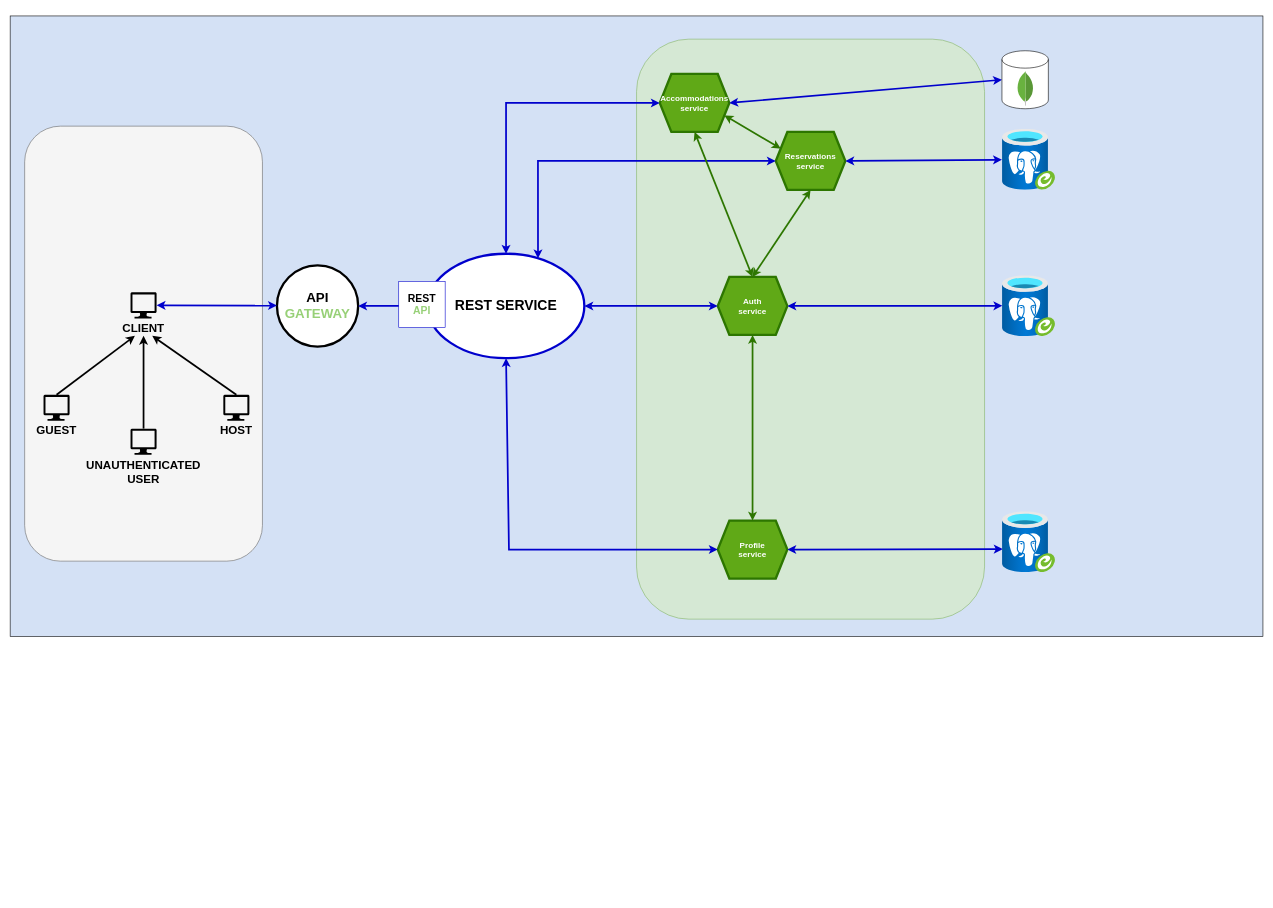
Before: dijagram.drawio in MihajloJankovic/HomeHorizon-2023, a draw.io diagram. Source tidied: cells renumbered, new cells numbered last; positions are measured from the earlier drawing's top-left corner, leaving out a move shared by most shapes. Both pictures are drawn from the tidied source at 58%, with x=0, y=0 at pixel (10, 16).
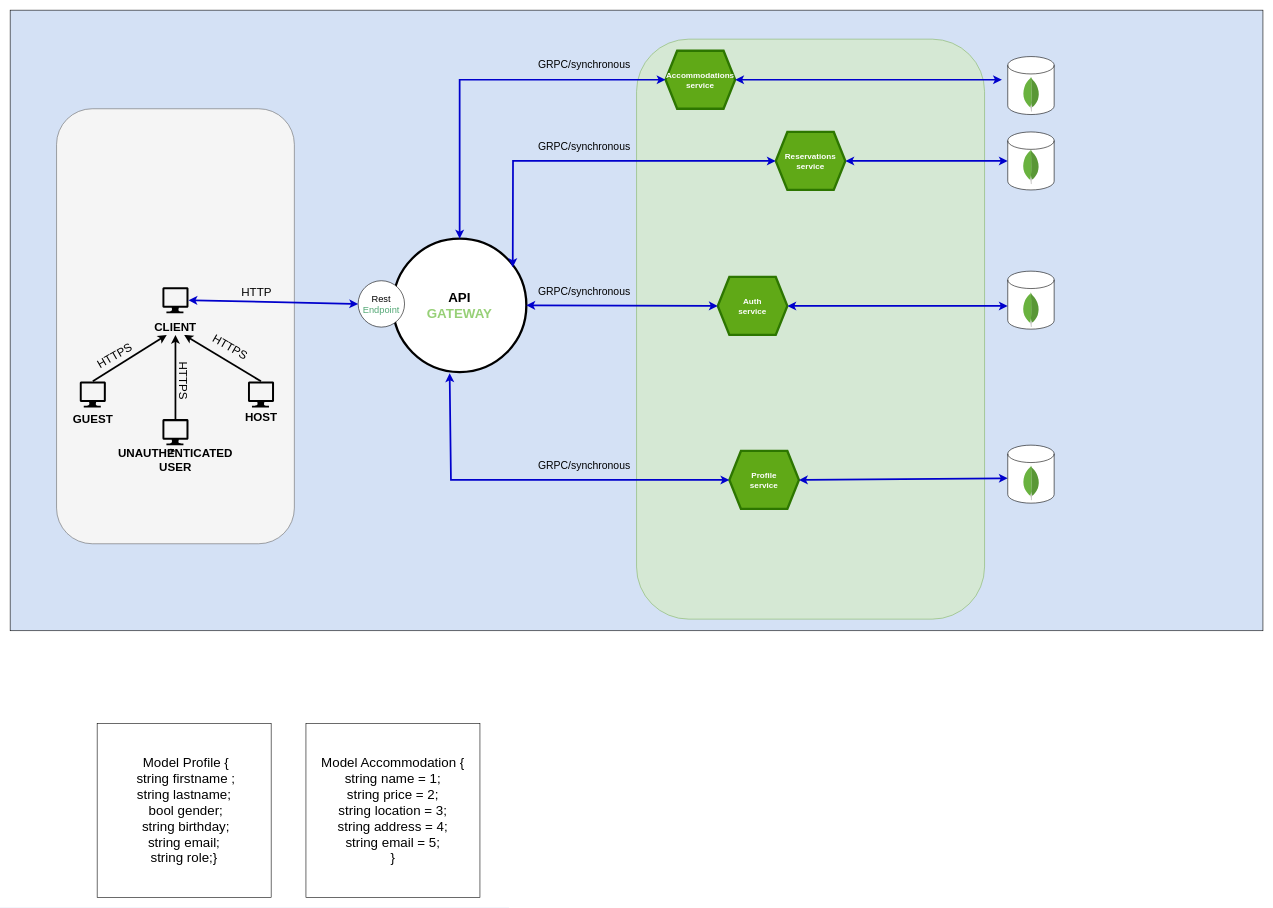
Above is the later version.

The change refers to these unchanged cells:
```xml
<mxCell id="7" value="Auth&lt;br&gt;service" style="shape=hexagon;perimeter=hexagonPerimeter2;whiteSpace=wrap;html=1;fixedSize=1;fillColor=#60a917;strokeColor=#2D7600;fontColor=#ffffff;strokeWidth=4;fontSize=14;fontStyle=1;" parent="1" vertex="1">
  <mxGeometry x="1220" y="450" width="120" height="100" as="geometry" />
</mxCell>
<mxCell id="8" value="Reservations&lt;br style=&quot;font-size: 14px;&quot;&gt;service" style="shape=hexagon;perimeter=hexagonPerimeter2;whiteSpace=wrap;html=1;fixedSize=1;fillColor=#60a917;strokeColor=#2D7600;fontColor=#ffffff;strokeWidth=4;fontSize=14;fontStyle=1;" parent="1" vertex="1">
  <mxGeometry x="1320" y="200" width="120" height="100" as="geometry" />
</mxCell>
```

Diff of the diagram source:
```diff
@@
     <mxCell id="2" style="rounded=0;whiteSpace=wrap;html=1;fillColor=#D4E1F5;" parent="1" vertex="1">
-      <mxGeometry width="2160" height="1070" as="geometry" />
+      <mxGeometry y="-10" width="2160" height="1070" as="geometry" />
     </mxCell>
     <mxCell id="3" style="rounded=1;whiteSpace=wrap;html=1;fillColor=#f5f5f5;strokeColor=#666666;fontColor=#333333;" parent="1" vertex="1">
-      <mxGeometry x="25" y="190" width="410" height="750" as="geometry" />
+      <mxGeometry x="80" y="160" width="410" height="750" as="geometry" />
     </mxCell>
@@
     <mxCell id="5" style="verticalLabelPosition=bottom;html=1;verticalAlign=top;align=center;strokeColor=none;fillColor=#000000;shape=mxgraph.azure.computer;" parent="1" vertex="1">
-      <mxGeometry x="207.5" y="476.5" width="45" height="45" as="geometry" />
+      <mxGeometry x="262.5" y="467.5" width="45" height="45" as="geometry" />
     </mxCell>
     <mxCell id="6" value="Accommodations&lt;br style=&quot;font-size: 14px;&quot;&gt;service" style="shape=hexagon;perimeter=hexagonPerimeter2;whiteSpace=wrap;html=1;fixedSize=1;fillColor=#60a917;strokeColor=#2D7600;fontColor=#ffffff;strokeWidth=4;fontSize=14;fontStyle=1;" parent="1" vertex="1">
-      <mxGeometry x="1120" y="100" width="120" height="100" as="geometry" />
+      <mxGeometry x="1130" y="60" width="120" height="100" as="geometry" />
     </mxCell>
@@
     <mxCell id="9" value="Profile&lt;br style=&quot;font-size: 14px;&quot;&gt;service" style="shape=hexagon;perimeter=hexagonPerimeter2;whiteSpace=wrap;html=1;fixedSize=1;fillColor=#60a917;strokeColor=#2D7600;fontColor=#ffffff;strokeWidth=4;fontSize=14;fontStyle=1;" parent="1" vertex="1">
-      <mxGeometry x="1220" y="870" width="120" height="100" as="geometry" />
+      <mxGeometry x="1240" y="750" width="120" height="100" as="geometry" />
     </mxCell>
     <mxCell id="10" value="&lt;font style=&quot;font-size: 23px;&quot;&gt;&lt;b&gt;API&lt;br&gt;&lt;font color=&quot;#97d077&quot;&gt;GATEWAY&lt;/font&gt;&lt;br&gt;&lt;/b&gt;&lt;/font&gt;" style="ellipse;whiteSpace=wrap;html=1;strokeWidth=4;" parent="1" vertex="1">
-      <mxGeometry x="460" y="430" width="140" height="140" as="geometry" />
+      <mxGeometry x="660" y="384" width="230" height="230" as="geometry" />
     </mxCell>
-    <mxCell id="11" style="endArrow=classic;html=1;rounded=0;entryX=0;entryY=0.5;entryDx=0;entryDy=0;strokeWidth=3;exitX=0.5;exitY=0;exitDx=0;exitDy=0;strokeColor=#0000CC;startArrow=classic;startFill=1;" parent="1" edge="1" source="14" target="6">
+    <mxCell id="11" style="endArrow=classic;html=1;rounded=0;entryX=0;entryY=0.5;entryDx=0;entryDy=0;strokeWidth=3;exitX=0.5;exitY=0;exitDx=0;exitDy=0;strokeColor=#0000CC;startArrow=classic;startFill=1;" parent="1" edge="1" source="10" target="6">
       <mxGeometry relative="1" as="geometry">
         <Array as="points">
-          <mxPoint x="855" y="150" />
+          <mxPoint x="775" y="110" />
         </Array>
       </mxGeometry>
     </mxCell>
-    <mxCell id="12" style="endArrow=classic;html=1;rounded=0;entryX=0;entryY=0.5;entryDx=0;entryDy=0;strokeWidth=3;exitX=0.704;exitY=0.044;exitDx=0;exitDy=0;exitPerimeter=0;strokeColor=#0000CC;startArrow=classic;startFill=1;" parent="1" edge="1" source="14" target="8">
+    <mxCell id="12" style="endArrow=classic;html=1;rounded=0;entryX=0;entryY=0.5;entryDx=0;entryDy=0;strokeWidth=3;exitX=0.898;exitY=0.214;exitDx=0;exitDy=0;exitPerimeter=0;strokeColor=#0000CC;startArrow=classic;startFill=1;" parent="1" edge="1" source="10" target="8">
       <mxGeometry relative="1" as="geometry">
         <Array as="points">
-          <mxPoint x="910" y="250" />
+          <mxPoint x="867" y="250" />
         </Array>
       </mxGeometry>
     </mxCell>
-    <mxCell id="13" style="endArrow=classic;html=1;rounded=0;strokeWidth=3;exitX=1;exitY=0.5;exitDx=0;exitDy=0;entryX=0;entryY=0.5;entryDx=0;entryDy=0;strokeColor=#0000CC;startArrow=classic;startFill=1;" parent="1" edge="1" source="14" target="7">
+    <mxCell id="13" style="endArrow=classic;html=1;rounded=0;strokeWidth=3;exitX=1;exitY=0.5;exitDx=0;exitDy=0;entryX=0;entryY=0.5;entryDx=0;entryDy=0;strokeColor=#0000CC;startArrow=classic;startFill=1;" parent="1" edge="1" source="10" target="7">
       <mxGeometry relative="1" as="geometry" />
     </mxCell>
-    <mxCell id="14" value="&lt;b style=&quot;border-color: var(--border-color); font-size: 24px;&quot;&gt;REST SERVICE&lt;/b&gt;" style="ellipse;whiteSpace=wrap;html=1;strokeWidth=4;strokeColor=#0000CC;" parent="1" vertex="1">
-      <mxGeometry x="720" y="410" width="270" height="180" as="geometry" />
-    </mxCell>
-    <mxCell id="15" style="endArrow=classic;html=1;rounded=0;entryX=0;entryY=0.5;entryDx=0;entryDy=0;strokeWidth=3;exitX=0.5;exitY=1;exitDx=0;exitDy=0;strokeColor=#0000CC;startArrow=classic;startFill=1;" parent="1" edge="1" source="14" target="9">
+    <mxCell id="15" style="endArrow=classic;html=1;rounded=0;entryX=0;entryY=0.5;entryDx=0;entryDy=0;strokeWidth=3;exitX=0.425;exitY=1.009;exitDx=0;exitDy=0;strokeColor=#0000CC;startArrow=classic;startFill=1;exitPerimeter=0;" parent="1" edge="1" source="10" target="9">
       <mxGeometry relative="1" as="geometry">
         <Array as="points">
-          <mxPoint x="860" y="920" />
+          <mxPoint x="760" y="800" />
         </Array>
       </mxGeometry>
     </mxCell>
-    <mxCell id="16" style="endArrow=classic;html=1;rounded=0;exitX=0.5;exitY=1;exitDx=0;exitDy=0;entryX=0.5;entryY=0;entryDx=0;entryDy=0;strokeWidth=3;strokeColor=#2D7600;fillColor=#60a917;startArrow=classic;startFill=1;endFill=1;" parent="1" edge="1" source="6" target="7">
-      <mxGeometry relative="1" as="geometry" />
-    </mxCell>
-    <mxCell id="17" style="endArrow=classic;html=1;rounded=0;exitX=1;exitY=0.75;exitDx=0;exitDy=0;entryX=0;entryY=0.25;entryDx=0;entryDy=0;strokeWidth=3;strokeColor=#2D7600;fillColor=#60a917;startArrow=classic;startFill=1;endFill=1;" parent="1" edge="1" source="6" target="8">
-      <mxGeometry relative="1" as="geometry" />
-    </mxCell>
-    <mxCell id="18" style="endArrow=classic;html=1;rounded=0;exitX=0.5;exitY=1;exitDx=0;exitDy=0;entryX=0.5;entryY=0;entryDx=0;entryDy=0;strokeWidth=3;strokeColor=#2D7600;fillColor=#60a917;startArrow=classic;startFill=1;endFill=1;" parent="1" edge="1" source="8" target="7">
-      <mxGeometry relative="1" as="geometry" />
-    </mxCell>
-    <mxCell id="19" style="endArrow=classic;html=1;rounded=0;exitX=0.5;exitY=1;exitDx=0;exitDy=0;entryX=0.5;entryY=0;entryDx=0;entryDy=0;strokeWidth=3;strokeColor=#2D7600;fillColor=#60a917;startArrow=classic;startFill=1;endFill=1;" parent="1" edge="1" source="7" target="9">
-      <mxGeometry relative="1" as="geometry" />
-    </mxCell>
     <mxCell id="20" value="&lt;font style=&quot;font-size: 20px;&quot;&gt;&lt;b&gt;CLIENT&lt;/b&gt;&lt;/font&gt;" style="text;html=1;strokeColor=none;fillColor=none;align=center;verticalAlign=middle;whiteSpace=wrap;rounded=0;" parent="1" vertex="1">
-      <mxGeometry x="200" y="521.5" width="60" height="30" as="geometry" />
+      <mxGeometry x="255" y="520" width="60" height="30" as="geometry" />
     </mxCell>
-    <mxCell id="21" style="endArrow=classic;html=1;rounded=0;strokeWidth=3;entryX=0;entryY=0.5;entryDx=0;entryDy=0;strokeColor=#0000CC;startArrow=classic;startFill=1;exitX=1;exitY=0.5;exitDx=0;exitDy=0;" parent="1" edge="1" source="10" target="14">
-      <mxGeometry relative="1" as="geometry" />
-    </mxCell>
-    <mxCell id="22" value="&lt;font style=&quot;font-size: 18px;&quot;&gt;&lt;b&gt;REST &lt;font color=&quot;#97d077&quot;&gt;API&lt;/font&gt;&lt;/b&gt;&lt;/font&gt;" style="whiteSpace=wrap;html=1;strokeColor=#0000CC;" parent="1" vertex="1">
-      <mxGeometry x="670" y="457.5" width="80" height="80" as="geometry" />
-    </mxCell>
     <mxCell id="23" style="verticalLabelPosition=bottom;html=1;verticalAlign=top;align=center;strokeColor=none;fillColor=#000000;shape=mxgraph.azure.computer;" parent="1" vertex="1">
-      <mxGeometry x="57.5" y="653" width="45" height="45" as="geometry" />
+      <mxGeometry x="120" y="630" width="45" height="45" as="geometry" />
     </mxCell>
     <mxCell id="24" value="&lt;font style=&quot;font-size: 20px;&quot;&gt;&lt;b&gt;GUEST&lt;/b&gt;&lt;/font&gt;" style="text;html=1;strokeColor=none;fillColor=none;align=center;verticalAlign=middle;whiteSpace=wrap;rounded=0;" parent="1" vertex="1">
-      <mxGeometry x="50" y="698" width="60" height="30" as="geometry" />
+      <mxGeometry x="112.5" y="680" width="60" height="30" as="geometry" />
     </mxCell>
     <mxCell id="25" style="verticalLabelPosition=bottom;html=1;verticalAlign=top;align=center;strokeColor=none;fillColor=#000000;shape=mxgraph.azure.computer;" parent="1" vertex="1">
-      <mxGeometry x="367.5" y="653" width="45" height="45" as="geometry" />
+      <mxGeometry x="410" y="630" width="45" height="45" as="geometry" />
     </mxCell>
     <mxCell id="26" value="&lt;font style=&quot;font-size: 20px;&quot;&gt;&lt;b&gt;HOST&lt;/b&gt;&lt;/font&gt;" style="text;html=1;strokeColor=none;fillColor=none;align=center;verticalAlign=middle;whiteSpace=wrap;rounded=0;" parent="1" vertex="1">
-      <mxGeometry x="360" y="698" width="60" height="30" as="geometry" />
+      <mxGeometry x="402.5" y="675" width="60" height="30" as="geometry" />
     </mxCell>
     <mxCell id="27" value="&lt;font style=&quot;font-size: 20px;&quot;&gt;&lt;b&gt;UNAUTHENTICATED USER&lt;/b&gt;&lt;/font&gt;" style="text;html=1;strokeColor=none;fillColor=none;align=center;verticalAlign=middle;whiteSpace=wrap;rounded=0;" parent="1" vertex="1">
-      <mxGeometry x="200" y="770" width="60" height="30" as="geometry" />
+      <mxGeometry x="255" y="750" width="60" height="30" as="geometry" />
     </mxCell>
     <mxCell id="28" style="verticalLabelPosition=bottom;html=1;verticalAlign=top;align=center;strokeColor=none;fillColor=#000000;shape=mxgraph.azure.computer;" parent="1" vertex="1">
-      <mxGeometry x="207.5" y="711.5" width="45" height="45" as="geometry" />
+      <mxGeometry x="262.5" y="695" width="45" height="45" as="geometry" />
     </mxCell>
@@
-    <mxCell id="32" style="endArrow=classic;html=1;rounded=0;strokeWidth=3;entryX=0;entryY=0.5;entryDx=0;entryDy=0;strokeColor=#0000CC;startArrow=classic;startFill=1;exitX=1;exitY=0.5;exitDx=0;exitDy=0;exitPerimeter=0;" parent="1" edge="1" source="5">
-      <mxGeometry relative="1" as="geometry">
-        <mxPoint x="460" y="499.3" as="targetPoint" />
-      </mxGeometry>
+    <mxCell id="32" style="endArrow=classic;html=1;rounded=0;strokeWidth=3;entryX=0;entryY=0.5;entryDx=0;entryDy=0;strokeColor=#0000CC;startArrow=classic;startFill=1;exitX=1;exitY=0.5;exitDx=0;exitDy=0;exitPerimeter=0;" parent="1" edge="1" source="5" target="59">
+      <mxGeometry relative="1" as="geometry" />
     </mxCell>
-    <mxCell id="33" style="endArrow=classic;html=1;rounded=0;strokeWidth=3;exitX=1;exitY=0.5;exitDx=0;exitDy=0;entryX=0;entryY=0.5;entryDx=0;entryDy=0;strokeColor=#0000CC;startArrow=classic;startFill=1;entryPerimeter=0;" parent="1" edge="1" source="6" target="38">
-      <mxGeometry relative="1" as="geometry" />
+    <mxCell id="33" style="endArrow=classic;html=1;rounded=0;strokeWidth=3;exitX=1;exitY=0.5;exitDx=0;exitDy=0;entryX=0;entryY=0.5;entryDx=0;entryDy=0;strokeColor=#0000CC;startArrow=classic;startFill=1;entryPerimeter=0;" parent="1" edge="1" source="6">
+      <mxGeometry relative="1" as="geometry">
+        <mxPoint x="1710" y="110" as="targetPoint" />
+      </mxGeometry>
     </mxCell>
-    <mxCell id="34" style="image;html=1;points=[];align=center;fontSize=12;image=img/lib/azure2/databases/Azure_Database_PostgreSQL_Server_Group.svg;" parent="1" vertex="1">
-      <mxGeometry x="1710" y="447.6" width="92.5" height="104.8" as="geometry" />
-    </mxCell>
-    <mxCell id="35" style="endArrow=classic;html=1;rounded=0;strokeWidth=3;exitX=1;exitY=0.5;exitDx=0;exitDy=0;entryX=0.007;entryY=0.498;entryDx=0;entryDy=0;strokeColor=#0000CC;startArrow=classic;startFill=1;entryPerimeter=0;" parent="1" edge="1" source="7" target="34">
+    <mxCell id="35" style="endArrow=classic;html=1;rounded=0;strokeWidth=3;exitX=1;exitY=0.5;exitDx=0;exitDy=0;entryX=0;entryY=0.6;entryDx=0;entryDy=0;strokeColor=#0000CC;startArrow=classic;startFill=1;entryPerimeter=0;" parent="1" edge="1" source="7" target="48">
       <mxGeometry relative="1" as="geometry" />
     </mxCell>
-    <mxCell id="36" style="endArrow=classic;html=1;rounded=0;strokeWidth=3;exitX=1;exitY=0.5;exitDx=0;exitDy=0;strokeColor=#0000CC;startArrow=classic;startFill=1;" parent="1" edge="1" source="8" target="40">
+    <mxCell id="36" style="endArrow=classic;html=1;rounded=0;strokeWidth=3;exitX=1;exitY=0.5;exitDx=0;exitDy=0;strokeColor=#0000CC;startArrow=classic;startFill=1;entryX=0;entryY=0.5;entryDx=0;entryDy=0;entryPerimeter=0;" parent="1" edge="1" source="8" target="46">
       <mxGeometry relative="1" as="geometry" />
     </mxCell>
-    <mxCell id="37" style="group;" parent="1" vertex="1">
-      <mxGeometry x="1710" y="60" width="80" height="100" as="geometry" />
-    </mxCell>
-    <mxCell id="38" style="shape=cylinder3;whiteSpace=wrap;html=1;boundedLbl=1;backgroundOutline=1;size=15;" parent="37" vertex="1">
-      <mxGeometry width="80" height="100" as="geometry" />
-    </mxCell>
-    <mxCell id="39" style="dashed=0;html=1;align=center;labelPosition=center;verticalLabelPosition=bottom;verticalAlign=top;shape=mxgraph.weblogos.mongodb;" parent="37" vertex="1">
-      <mxGeometry x="26" y="35" width="28.7" height="60" as="geometry" />
-    </mxCell>
-    <mxCell id="40" style="image;html=1;points=[];align=center;fontSize=12;image=img/lib/azure2/databases/Azure_Database_PostgreSQL_Server_Group.svg;" parent="1" vertex="1">
-      <mxGeometry x="1710" y="195.2" width="92.5" height="104.8" as="geometry" />
-    </mxCell>
-    <mxCell id="41" style="endArrow=classic;html=1;rounded=0;strokeWidth=3;exitX=1;exitY=0.5;exitDx=0;exitDy=0;entryX=0.014;entryY=0.617;entryDx=0;entryDy=0;strokeColor=#0000CC;startArrow=classic;startFill=1;entryPerimeter=0;" parent="1" edge="1" source="9" target="42">
+    <mxCell id="41" style="endArrow=classic;html=1;rounded=0;strokeWidth=3;exitX=1;exitY=0.5;exitDx=0;exitDy=0;strokeColor=#0000CC;startArrow=classic;startFill=1;entryX=0;entryY=0.57;entryDx=0;entryDy=0;entryPerimeter=0;" parent="1" edge="1" source="9" target="51">
       <mxGeometry relative="1" as="geometry" />
     </mxCell>
-    <mxCell id="42" style="image;html=1;points=[];align=center;fontSize=12;image=img/lib/azure2/databases/Azure_Database_PostgreSQL_Server_Group.svg;" parent="1" vertex="1">
-      <mxGeometry x="1710" y="854.6" width="92.5" height="104.8" as="geometry" />
-    </mxCell>
+    <mxCell id="43" style="group;" parent="1" vertex="1">
+      <mxGeometry x="1720" y="70" width="80" height="100" as="geometry" />
+    </mxCell>
+    <mxCell id="44" style="shape=cylinder3;whiteSpace=wrap;html=1;boundedLbl=1;backgroundOutline=1;size=15;" parent="43" vertex="1">
+      <mxGeometry width="80" height="100" as="geometry" />
+    </mxCell>
+    <mxCell id="45" style="dashed=0;html=1;align=center;labelPosition=center;verticalLabelPosition=bottom;verticalAlign=top;shape=mxgraph.weblogos.mongodb;" parent="43" vertex="1">
+      <mxGeometry x="26" y="35" width="28.7" height="60" as="geometry" />
+    </mxCell>
+    <mxCell id="46" style="shape=cylinder3;whiteSpace=wrap;html=1;boundedLbl=1;backgroundOutline=1;size=15;" parent="1" vertex="1">
+      <mxGeometry x="1720" y="200" width="80" height="100" as="geometry" />
+    </mxCell>
+    <mxCell id="47" style="dashed=0;html=1;align=center;labelPosition=center;verticalLabelPosition=bottom;verticalAlign=top;shape=mxgraph.weblogos.mongodb;" parent="1" vertex="1">
+      <mxGeometry x="1745.7" y="230" width="28.7" height="60" as="geometry" />
+    </mxCell>
+    <mxCell id="48" style="shape=cylinder3;whiteSpace=wrap;html=1;boundedLbl=1;backgroundOutline=1;size=15;" parent="1" vertex="1">
+      <mxGeometry x="1720" y="440" width="80" height="100" as="geometry" />
+    </mxCell>
+    <mxCell id="49" style="dashed=0;html=1;align=center;labelPosition=center;verticalLabelPosition=bottom;verticalAlign=top;shape=mxgraph.weblogos.mongodb;" parent="1" vertex="1">
+      <mxGeometry x="1745.7" y="476.5" width="28.7" height="60" as="geometry" />
+    </mxCell>
+    <mxCell id="50" style="group;" parent="1" vertex="1">
+      <mxGeometry x="1720" y="740" width="80" height="100" as="geometry" />
+    </mxCell>
+    <mxCell id="51" style="shape=cylinder3;whiteSpace=wrap;html=1;boundedLbl=1;backgroundOutline=1;size=15;" parent="50" vertex="1">
+      <mxGeometry width="80" height="100" as="geometry" />
+    </mxCell>
+    <mxCell id="52" style="dashed=0;html=1;align=center;labelPosition=center;verticalLabelPosition=bottom;verticalAlign=top;shape=mxgraph.weblogos.mongodb;" parent="50" vertex="1">
+      <mxGeometry x="26" y="35" width="28.7" height="60" as="geometry" />
+    </mxCell>
+    <mxCell id="53" value="&lt;font style=&quot;font-size: 18px;&quot;&gt;GRPC/synchronous&lt;/font&gt;" style="text;html=1;strokeColor=none;fillColor=none;align=center;verticalAlign=middle;whiteSpace=wrap;rounded=0;" parent="1" vertex="1">
+      <mxGeometry x="960" y="460" width="60" height="30" as="geometry" />
+    </mxCell>
+    <mxCell id="54" value="&lt;span style=&quot;font-size: 20px;&quot;&gt;HTTP&lt;/span&gt;" style="text;html=1;strokeColor=none;fillColor=none;align=center;verticalAlign=middle;whiteSpace=wrap;rounded=0;" parent="1" vertex="1">
+      <mxGeometry x="395" y="460" width="60" height="30" as="geometry" />
+    </mxCell>
+    <mxCell id="55" style="edgeStyle=orthogonalEdgeStyle;rounded=0;orthogonalLoop=1;jettySize=auto;html=1;exitX=0.25;exitY=0;exitDx=0;exitDy=0;entryX=0.5;entryY=0;entryDx=0;entryDy=0;" parent="1" edge="1" source="27" target="27">
+      <mxGeometry relative="1" as="geometry" />
+    </mxCell>
+    <mxCell id="56" value="&lt;span style=&quot;font-size: 20px;&quot;&gt;HTTPS&lt;/span&gt;" style="text;html=1;strokeColor=none;fillColor=none;align=center;verticalAlign=middle;whiteSpace=wrap;rounded=0;rotation=-30;" parent="1" vertex="1">
+      <mxGeometry x="150" y="570" width="60" height="30" as="geometry" />
+    </mxCell>
+    <mxCell id="57" value="&lt;span style=&quot;font-size: 20px;&quot;&gt;HTTPS&lt;/span&gt;" style="text;html=1;strokeColor=none;fillColor=none;align=center;verticalAlign=middle;whiteSpace=wrap;rounded=0;rotation=30;" parent="1" vertex="1">
+      <mxGeometry x="350" y="555" width="60" height="30" as="geometry" />
+    </mxCell>
+    <mxCell id="58" value="&lt;span style=&quot;font-size: 20px;&quot;&gt;HTTPS&lt;/span&gt;" style="text;html=1;strokeColor=none;fillColor=none;align=center;verticalAlign=middle;whiteSpace=wrap;rounded=0;rotation=90;" parent="1" vertex="1">
+      <mxGeometry x="270" y="614" width="60" height="30" as="geometry" />
+    </mxCell>
+    <mxCell id="59" value="&lt;font style=&quot;font-size: 16px;&quot;&gt;Rest&lt;br&gt;&lt;font color=&quot;#54a876&quot;&gt;Endpoint&lt;/font&gt;&lt;/font&gt;" style="ellipse;whiteSpace=wrap;html=1;" parent="1" vertex="1">
+      <mxGeometry x="600" y="456.5" width="80" height="80" as="geometry" />
+    </mxCell>
+    <mxCell id="60" value="&lt;font style=&quot;font-size: 18px;&quot;&gt;GRPC/synchronous&lt;/font&gt;" style="text;html=1;strokeColor=none;fillColor=none;align=center;verticalAlign=middle;whiteSpace=wrap;rounded=0;" parent="1" vertex="1">
+      <mxGeometry x="960" y="210" width="60" height="30" as="geometry" />
+    </mxCell>
+    <mxCell id="61" value="&lt;font style=&quot;font-size: 18px;&quot;&gt;GRPC/synchronous&lt;/font&gt;" style="text;html=1;strokeColor=none;fillColor=none;align=center;verticalAlign=middle;whiteSpace=wrap;rounded=0;" parent="1" vertex="1">
+      <mxGeometry x="960" y="760" width="60" height="30" as="geometry" />
+    </mxCell>
+    <mxCell id="62" value="&lt;font style=&quot;font-size: 18px;&quot;&gt;GRPC/synchronous&lt;/font&gt;" style="text;html=1;strokeColor=none;fillColor=none;align=center;verticalAlign=middle;whiteSpace=wrap;rounded=0;" parent="1" vertex="1">
+      <mxGeometry x="960" y="70" width="60" height="30" as="geometry" />
+    </mxCell>
+    <mxCell id="63" value="&lt;div style=&quot;&quot;&gt;&lt;span style=&quot;font-size: 23px; background-color: initial; white-space: pre;&quot;&gt; Model &lt;/span&gt;&lt;span style=&quot;font-size: 23px; background-color: initial;&quot;&gt;Profile {&lt;/span&gt;&lt;/div&gt;&lt;font style=&quot;font-size: 23px;&quot;&gt;&amp;nbsp;string firstname ;&lt;br&gt;string lastname;&lt;br&gt;&amp;nbsp;bool gender;&lt;br&gt;&lt;div style=&quot;&quot;&gt;&lt;span style=&quot;background-color: initial;&quot;&gt;&amp;nbsp;string birthday;&lt;br&gt;  string email;&lt;br&gt;  string role;&lt;/span&gt;&lt;span style=&quot;background-color: initial;&quot;&gt;}&lt;/span&gt;&lt;/div&gt;&lt;/font&gt;" style="whiteSpace=wrap;html=1;align=center;" parent="1" vertex="1">
+      <mxGeometry x="150" y="1220" width="300" height="300" as="geometry" />
+    </mxCell>
+    <mxCell id="64" value="&lt;div style=&quot;&quot;&gt;&lt;/div&gt;&lt;font style=&quot;font-size: 23px;&quot;&gt;Model Accommodation {&lt;br&gt;&lt;/font&gt;&lt;div style=&quot;font-size: 23px;&quot;&gt;&lt;font style=&quot;font-size: 23px;&quot;&gt;  string name = 1;&lt;br&gt;  string price = 2;&lt;br&gt;  string location = 3;&lt;br&gt;  string address = 4;&lt;br&gt;  string email = 5;&lt;br&gt;}&lt;/font&gt;&lt;br&gt;&lt;/div&gt;" style="whiteSpace=wrap;html=1;align=center;" parent="1" vertex="1">
+      <mxGeometry x="510" y="1220" width="300" height="300" as="geometry" />
+    </mxCell>
```
